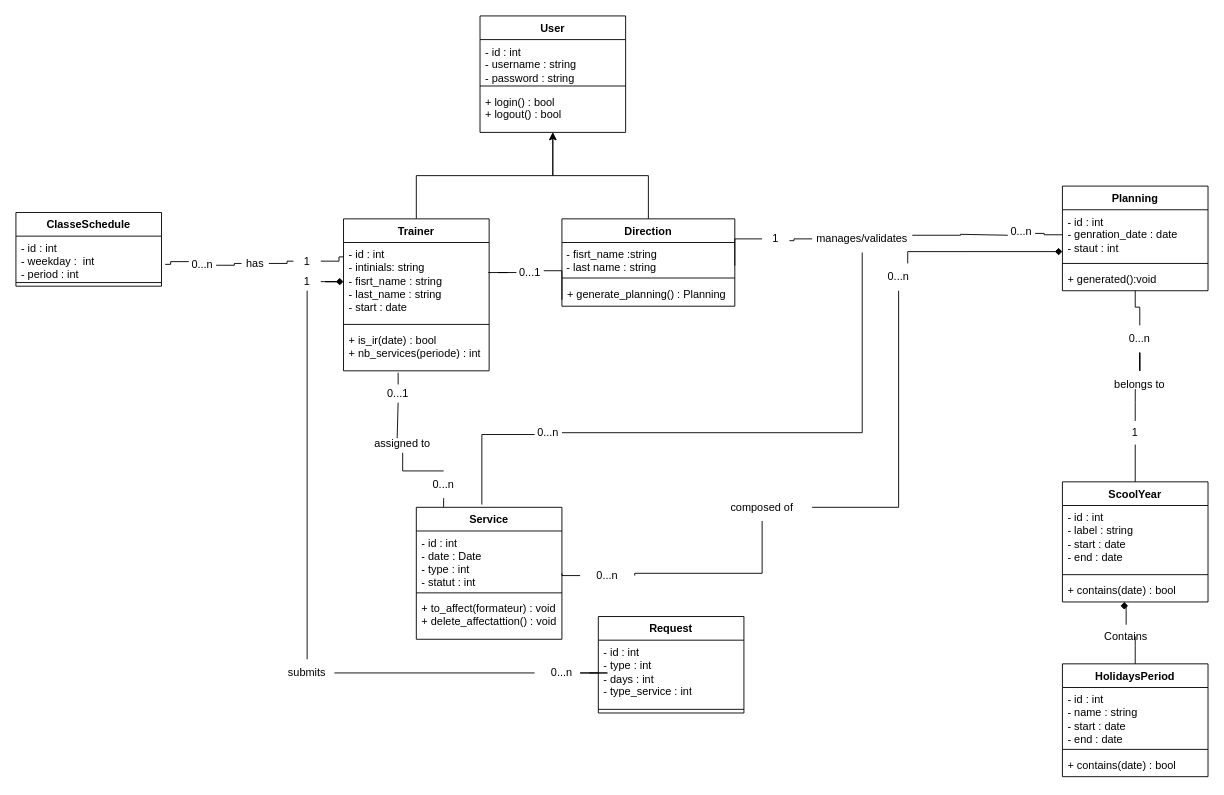
Above: page "Page-2" (2 of 2) of Conception/UML.drawio in doremijazz/Services_formateurs (draw.io), before the change. Source tidied: cells renumbered, new cells numbered last; positions are measured from the earlier drawing's top-left corner, leaving out a move shared by most shapes. Both pictures are drawn from the tidied source at 91%, with x=0, y=0 at pixel (15, 15).
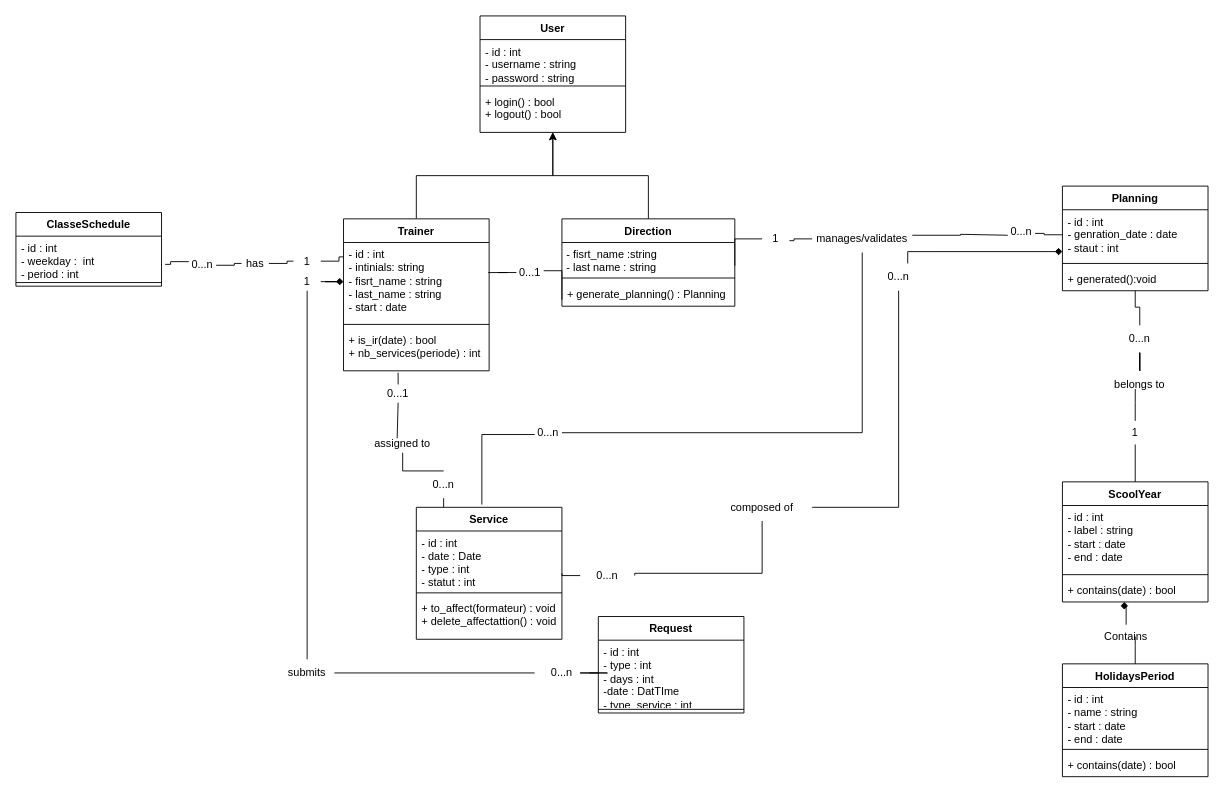
The same diagram, later.

Commit message:
ADD : champ dans une classe

Unchanged cells that the change refers to:
```xml
<mxCell id="21" value="Request" style="swimlane;fontStyle=1;align=center;verticalAlign=top;horizontal=1;startSize=26;whiteSpace=wrap;html=1;" parent="1" vertex="1">
  <mxGeometry x="640" y="660" width="160" height="106" as="geometry" />
</mxCell>
```

What changed in the source:
```diff
@@
-    <mxCell id="22" value="- id : int&lt;div&gt;- type : int&lt;/div&gt;&lt;div&gt;- days : int&lt;/div&gt;&lt;div&gt;- type_service : int&lt;/div&gt;" style="text;strokeColor=none;fillColor=none;align=left;verticalAlign=top;spacingLeft=4;spacingRight=4;overflow=hidden;points=[[0,0.5],[1,0.5]];portConstraint=eastwest;whiteSpace=wrap;html=1;" parent="21" vertex="1">
+    <mxCell id="22" value="- id : int&lt;div&gt;- type : int&lt;/div&gt;&lt;div&gt;- days : int&lt;/div&gt;&lt;div&gt;-date : DatTIme&lt;/div&gt;&lt;div&gt;- type_service : int&lt;/div&gt;" style="text;strokeColor=none;fillColor=none;align=left;verticalAlign=top;spacingLeft=4;spacingRight=4;overflow=hidden;points=[[0,0.5],[1,0.5]];portConstraint=eastwest;whiteSpace=wrap;html=1;" parent="21" vertex="1">
       <mxGeometry y="26" width="160" height="72" as="geometry" />
     </mxCell>
```
